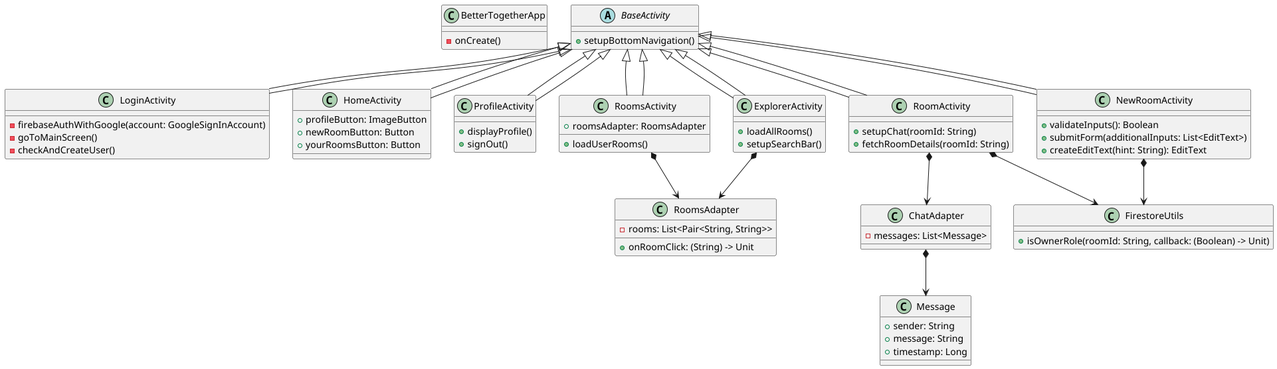
The PlantUML diagram app/src/Diagrams/Class_Diagram.png in Sibo523/BetterTogether, before a commit.
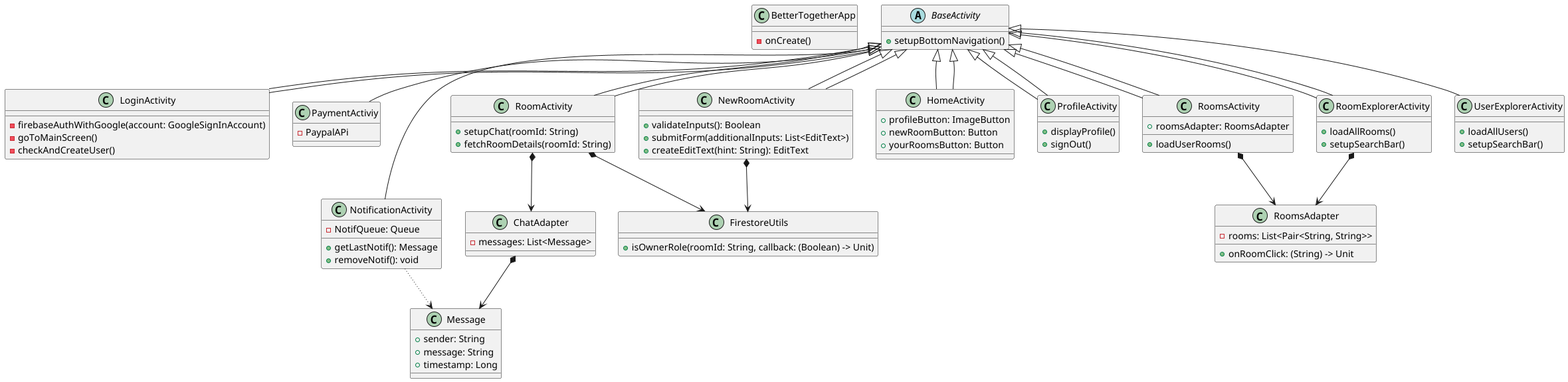
Later version of the same file.

What changed in the source:
```diff
@@ -13,6 +13,24 @@
     - checkAndCreateUser()
 }
 
+class PaymentActiviy extends BaseActivity{
+    - PaypalAPi
+}
+class NotificationActivity extends BaseActivity{
+    - NotifQueue: Queue
+    + getLastNotif(): Message
+    + removeNotif(): void
+
+}
+class RoomActivity extends BaseActivity {
+    + setupChat(roomId: String)
+    + fetchRoomDetails(roomId: String)
+}
+class NewRoomActivity extends BaseActivity {
+    + validateInputs(): Boolean
+    + submitForm(additionalInputs: List<EditText>)
+    + createEditText(hint: String): EditText
+}
 class HomeActivity extends BaseActivity {
     + profileButton: ImageButton
     + newRoomButton: Button
@@ -28,22 +46,15 @@
     + loadUserRooms()
     + roomsAdapter: RoomsAdapter
 }
-
-class RoomActivity extends BaseActivity {
-    + setupChat(roomId: String)
-    + fetchRoomDetails(roomId: String)
-}
-
-class ExplorerActivity extends BaseActivity {
+class RoomExplorerActivity extends BaseActivity {
     + loadAllRooms()
     + setupSearchBar()
 }
+class UserExplorerActivity extends BaseActivity {
+    + loadAllUsers()
+    + setupSearchBar()
+}
 
-class NewRoomActivity extends BaseActivity {
-    + validateInputs(): Boolean
-    + submitForm(additionalInputs: List<EditText>)
-    + createEditText(hint: String): EditText
-}
 
 class RoomsAdapter {
     - rooms: List<Pair<String, String>>
@@ -63,18 +74,19 @@
 class FirestoreUtils {
     + isOwnerRole(roomId: String, callback: (Boolean) -> Unit)
 }
+NotificationActivity -[dotted]-> Message
 
 BaseActivity <|-- LoginActivity
 BaseActivity <|-- HomeActivity
 BaseActivity <|-- ProfileActivity
 BaseActivity <|-- RoomsActivity
 BaseActivity <|-- RoomActivity
-BaseActivity <|-- ExplorerActivity
+BaseActivity <|-- RoomExplorerActivity
 BaseActivity <|-- NewRoomActivity
 RoomsActivity *--> RoomsAdapter
 RoomActivity *--> ChatAdapter
 ChatAdapter *--> Message
-ExplorerActivity *--> RoomsAdapter
+RoomExplorerActivity *--> RoomsAdapter
 NewRoomActivity *--> FirestoreUtils
 RoomActivity *--> FirestoreUtils
 @enduml
```
